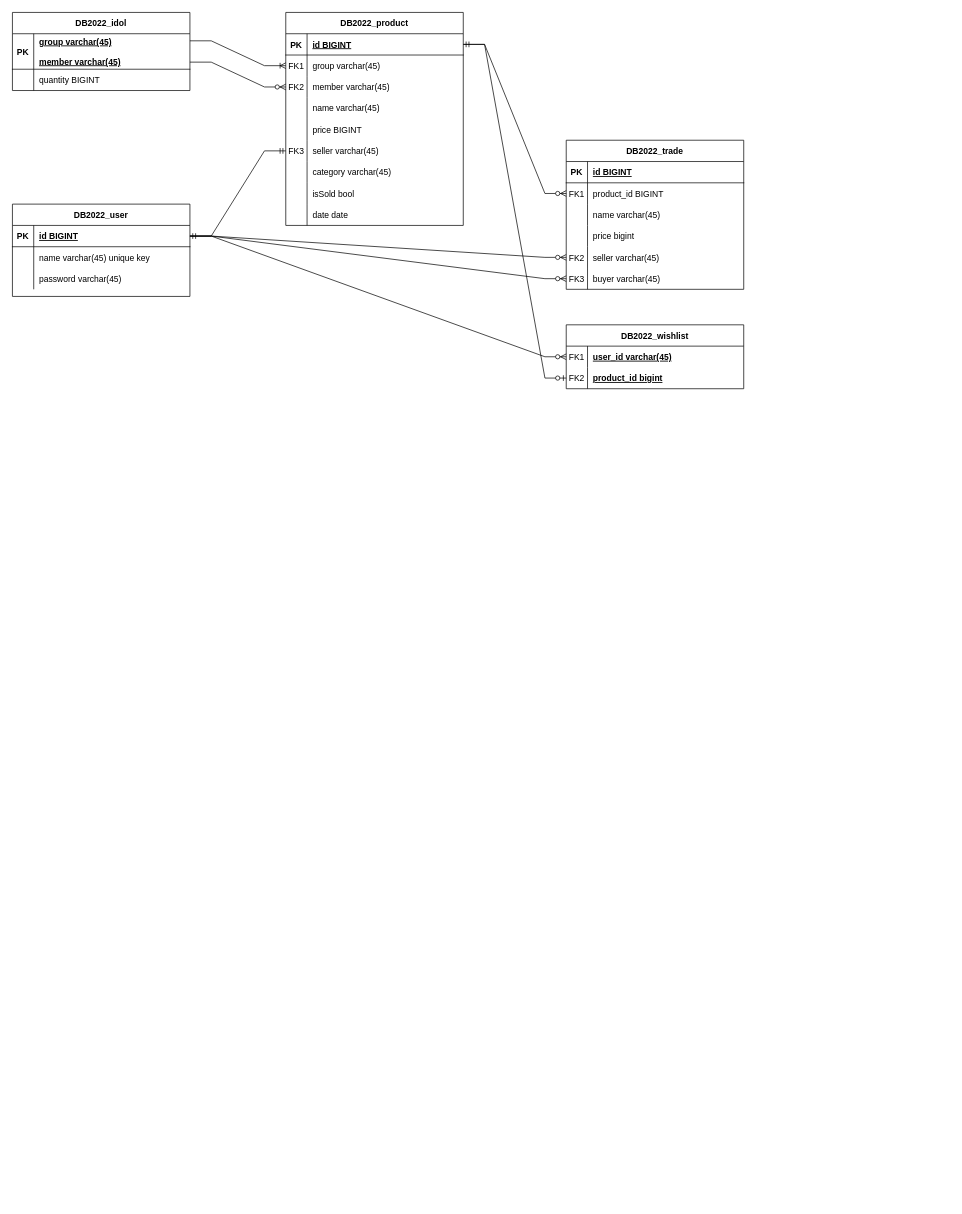
The draw.io diagram 2022DBteam01.drawio in ayla-12/DB2022-TEAM01, before the edit. Source tidied: cells renumbered, new cells numbered last; positions are measured from the earlier drawing's top-left corner, leaving out a move shared by most shapes. Both pictures are drawn from the tidied source at 71%, with x=0, y=0 at pixel (12, 12).
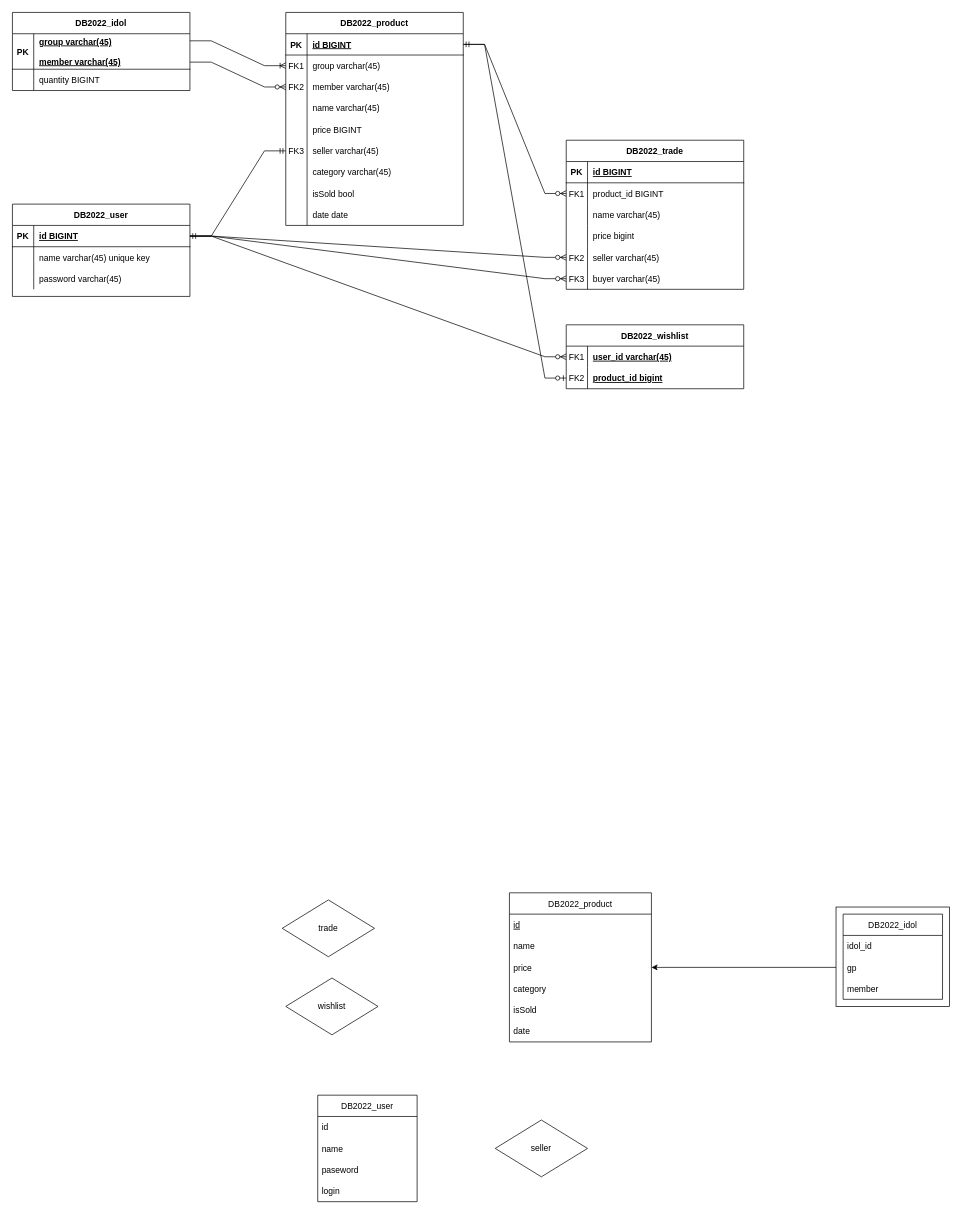
The same page after the edit.

The edit, as a diff of the source:
```diff
@@
+    <mxCell id="81" value="DB2022_product" style="swimlane;fontStyle=0;horizontal=1;startSize=30;" parent="1" vertex="1">
+      <mxGeometry x="700" y="1240" width="200" height="210" as="geometry" />
+    </mxCell>
+    <mxCell id="82" value="id" style="text;strokeColor=none;fillColor=none;align=left;verticalAlign=middle;spacingLeft=4;spacingRight=4;overflow=hidden;fontStyle=4;" parent="81" vertex="1">
+      <mxGeometry y="30" width="200" height="30" as="geometry" />
+    </mxCell>
+    <mxCell id="83" value="name" style="text;strokeColor=none;fillColor=none;align=left;verticalAlign=middle;spacingLeft=4;spacingRight=4;overflow=hidden;" parent="81" vertex="1">
+      <mxGeometry y="60" width="200" height="30" as="geometry" />
+    </mxCell>
+    <mxCell id="84" value="price" style="text;strokeColor=none;fillColor=none;align=left;verticalAlign=middle;spacingLeft=4;spacingRight=4;overflow=hidden;points=[[0,0.5],[1,0.5]];portConstraint=eastwest;" parent="81" vertex="1">
+      <mxGeometry y="90" width="200" height="30" as="geometry" />
+    </mxCell>
+    <mxCell id="85" value="category" style="text;strokeColor=none;fillColor=none;align=left;verticalAlign=middle;spacingLeft=4;spacingRight=4;overflow=hidden;" parent="81" vertex="1">
+      <mxGeometry y="120" width="200" height="30" as="geometry" />
+    </mxCell>
+    <mxCell id="86" value="isSold" style="text;strokeColor=none;fillColor=none;align=left;verticalAlign=middle;spacingLeft=4;spacingRight=4;overflow=hidden;" parent="81" vertex="1">
+      <mxGeometry y="150" width="200" height="30" as="geometry" />
+    </mxCell>
+    <mxCell id="87" value="date" style="text;strokeColor=none;fillColor=none;align=left;verticalAlign=middle;spacingLeft=4;spacingRight=4;overflow=hidden;" parent="81" vertex="1">
+      <mxGeometry y="180" width="200" height="30" as="geometry" />
+    </mxCell>
+    <mxCell id="88" value="DB2022_user" style="swimlane;fontStyle=0;horizontal=1;startSize=30;" parent="1" vertex="1">
+      <mxGeometry x="430" y="1525" width="140" height="150" as="geometry" />
+    </mxCell>
+    <mxCell id="89" value="id" style="text;strokeColor=none;fillColor=none;align=left;verticalAlign=middle;spacingLeft=4;spacingRight=4;overflow=hidden;" parent="88" vertex="1">
+      <mxGeometry y="30" width="140" height="30" as="geometry" />
+    </mxCell>
+    <mxCell id="90" value="name" style="text;strokeColor=none;fillColor=none;align=left;verticalAlign=middle;spacingLeft=4;spacingRight=4;overflow=hidden;" parent="88" vertex="1">
+      <mxGeometry y="60" width="140" height="30" as="geometry" />
+    </mxCell>
+    <mxCell id="91" value="paseword" style="text;strokeColor=none;fillColor=none;align=left;verticalAlign=middle;spacingLeft=4;spacingRight=4;overflow=hidden;" parent="88" vertex="1">
+      <mxGeometry y="90" width="140" height="30" as="geometry" />
+    </mxCell>
+    <mxCell id="92" value="login" style="text;strokeColor=none;fillColor=none;align=left;verticalAlign=middle;spacingLeft=4;spacingRight=4;overflow=hidden;" parent="88" vertex="1">
+      <mxGeometry y="120" width="140" height="30" as="geometry" />
+    </mxCell>
+    <mxCell id="93" style="edgeStyle=orthogonalEdgeStyle;rounded=0;jettySize=auto;html=1;exitX=0;exitY=0.5;exitDx=0;exitDy=0;entryX=1;entryY=0.5;entryDx=0;entryDy=0;" parent="1" edge="1" source="97" target="84">
+      <mxGeometry relative="1" as="geometry" />
+    </mxCell>
+    <mxCell id="94" style="rounded=0;whiteSpace=wrap;html=1;strokeWidth=1;gradientColor=#ffffff;" parent="1" vertex="1">
+      <mxGeometry x="1160" y="1260" width="160" height="140" as="geometry" />
+    </mxCell>
+    <mxCell id="95" value="DB2022_idol" style="swimlane;fontStyle=0;horizontal=1;startSize=30;perimeterSpacing=0;strokeWidth=1;" parent="1" vertex="1">
+      <mxGeometry x="1170" y="1270" width="140" height="120" as="geometry" />
+    </mxCell>
+    <mxCell id="96" value="idol_id" style="text;strokeColor=none;fillColor=none;align=left;verticalAlign=middle;spacingLeft=4;spacingRight=4;overflow=hidden;" parent="95" vertex="1">
+      <mxGeometry y="30" width="140" height="30" as="geometry" />
+    </mxCell>
+    <mxCell id="97" value="gp" style="text;strokeColor=none;fillColor=none;align=left;verticalAlign=middle;spacingLeft=4;spacingRight=4;overflow=hidden;points=[[0,0.5],[1,0.5]];portConstraint=eastwest;" parent="95" vertex="1">
+      <mxGeometry y="60" width="140" height="30" as="geometry" />
+    </mxCell>
+    <mxCell id="98" value="member" style="text;strokeColor=none;fillColor=none;align=left;verticalAlign=middle;spacingLeft=4;spacingRight=4;overflow=hidden;" parent="95" vertex="1">
+      <mxGeometry y="90" width="140" height="30" as="geometry" />
+    </mxCell>
+    <mxCell id="99" value="trade" style="rhombus;whiteSpace=wrap;html=1;strokeWidth=1;gradientColor=#ffffff;" parent="1" vertex="1">
+      <mxGeometry x="380" y="1250" width="130" height="80" as="geometry" />
+    </mxCell>
+    <mxCell id="100" value="wishlist" style="rhombus;whiteSpace=wrap;html=1;strokeWidth=1;gradientColor=#ffffff;" parent="1" vertex="1">
+      <mxGeometry x="385" y="1360" width="130" height="80" as="geometry" />
+    </mxCell>
+    <mxCell id="101" value="seller" style="rhombus;whiteSpace=wrap;html=1;strokeWidth=1;gradientColor=#ffffff;" parent="1" vertex="1">
+      <mxGeometry x="680" y="1560" width="130" height="80" as="geometry" />
+    </mxCell>
```
